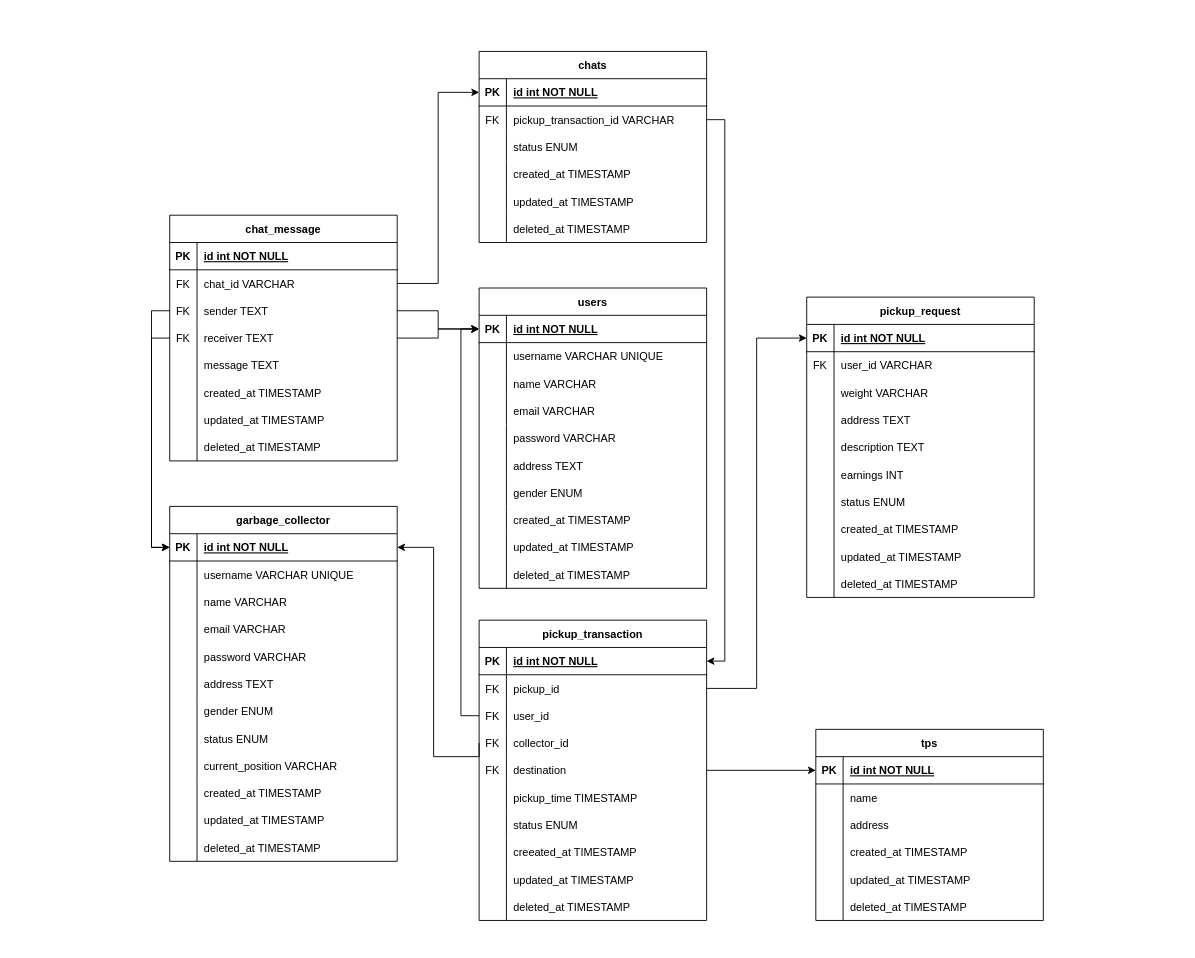
Before: Rubbuddy.drawio in kzquandary/rub-buddy, a draw.io diagram. Source tidied: cells renumbered, new cells numbered last; positions are measured from the earlier drawing's top-left corner, leaving out a move shared by most shapes. Both pictures are drawn from the tidied source at 91%, with x=0, y=0 at pixel (169, 51).
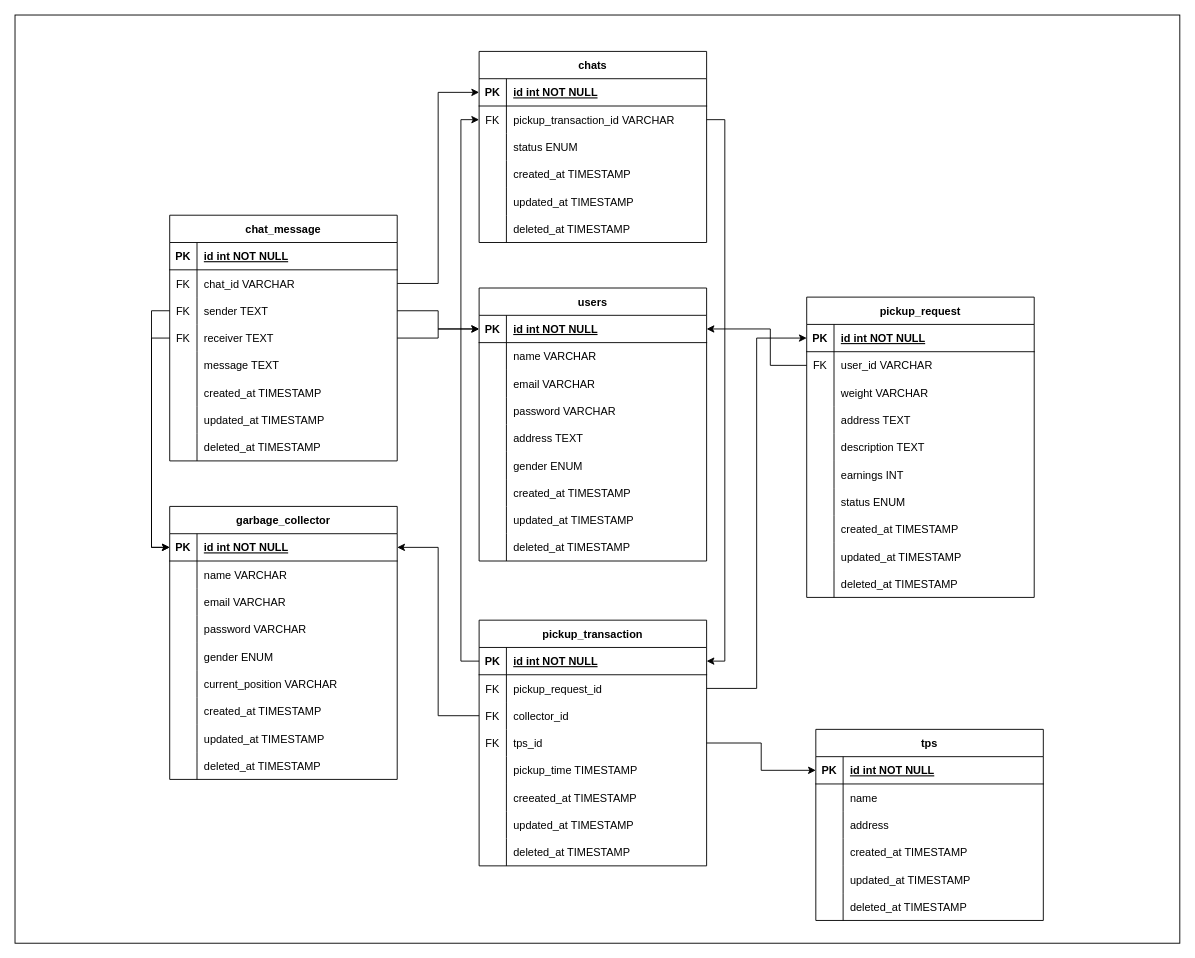
The same diagram, later.

Commit message (it also covers changes not shown here):
hotfix erd

Unchanged cells that the change refers to:
```xml
<mxCell id="3" style="shape=partialRectangle;fillColor=none;points=[[0,0.5],[1,0.5]];portConstraint=eastwest;top=0;left=0;right=0;bottom=1;" parent="2" vertex="1">
  <mxGeometry y="30" width="250" height="30" as="geometry" />
</mxCell>
<mxCell id="25" style="shape=partialRectangle;fillColor=none;points=[[0,0.5],[1,0.5]];portConstraint=eastwest;top=0;left=0;right=0;bottom=0;" parent="21" vertex="1">
  <mxGeometry y="60" width="250" height="30" as="geometry" />
</mxCell>
<mxCell id="53" style="shape=partialRectangle;fillColor=none;points=[[0,0.5],[1,0.5]];portConstraint=eastwest;top=0;left=0;right=0;bottom=1;" parent="52" vertex="1">
  <mxGeometry y="30" width="250" height="30" as="geometry" />
</mxCell>
<mxCell id="56" style="shape=partialRectangle;fillColor=none;points=[[0,0.5],[1,0.5]];portConstraint=eastwest;top=0;left=0;right=0;bottom=0;" parent="52" vertex="1">
  <mxGeometry y="60" width="250" height="30" as="geometry" />
</mxCell>
<mxCell id="84" style="shape=partialRectangle;fillColor=none;points=[[0,0.5],[1,0.5]];portConstraint=eastwest;top=0;left=0;right=0;bottom=1;" parent="83" vertex="1">
  <mxGeometry y="30" width="250" height="30" as="geometry" />
</mxCell>
<mxCell id="121" style="shape=partialRectangle;fillColor=none;points=[[0,0.5],[1,0.5]];portConstraint=eastwest;top=0;left=0;right=0;bottom=1;" parent="120" vertex="1">
  <mxGeometry y="30" width="250" height="30" as="geometry" />
</mxCell>
<mxCell id="159" style="shape=partialRectangle;fillColor=none;points=[[0,0.5],[1,0.5]];portConstraint=eastwest;top=0;left=0;right=0;bottom=0;" parent="155" vertex="1">
  <mxGeometry y="60" width="250" height="30" as="geometry" />
</mxCell>
```

The edit, as a diff of the source:
```diff
@@
+    <mxCell id="205" style="rounded=0;whiteSpace=wrap;html=1;" parent="1" vertex="1">
+      <mxGeometry x="-170" y="-40" width="1280" height="1020" as="geometry" />
+    </mxCell>
@@
     <mxCell id="52" value="pickup_transaction" style="shape=table;startSize=30;childLayout=tableLayout;rowLines=0;fontStyle=1;align=center;" parent="1" vertex="1">
-      <mxGeometry x="340" y="625" width="250" height="330" as="geometry" />
+      <mxGeometry x="340" y="625" width="250" height="270" as="geometry" />
     </mxCell>
@@
-    <mxCell id="58" value="pickup_id" style="shape=partialRectangle;overflow=hidden;fillColor=none;top=0;left=0;bottom=0;right=0;align=left;spacingLeft=6;" parent="56" vertex="1">
+    <mxCell id="58" value="pickup_request_id" style="shape=partialRectangle;overflow=hidden;fillColor=none;top=0;left=0;bottom=0;right=0;align=left;spacingLeft=6;" parent="56" vertex="1">
       <mxGeometry x="30" width="220" height="30" as="geometry" />
     </mxCell>
-    <mxCell id="59" style="shape=partialRectangle;fillColor=none;points=[[0,0.5],[1,0.5]];portConstraint=eastwest;top=0;left=0;right=0;bottom=0;" parent="52" vertex="1">
-      <mxGeometry y="90" width="250" height="30" as="geometry" />
-    </mxCell>
-    <mxCell id="60" value="FK" style="shape=partialRectangle;overflow=hidden;fillColor=none;top=0;left=0;bottom=0;right=0;" parent="59" vertex="1">
-      <mxGeometry width="30" height="30" as="geometry" />
-    </mxCell>
-    <mxCell id="61" value="user_id" style="shape=partialRectangle;overflow=hidden;fillColor=none;top=0;left=0;bottom=0;right=0;align=left;spacingLeft=6;" parent="59" vertex="1">
-      <mxGeometry x="30" width="220" height="30" as="geometry" />
-    </mxCell>
     <mxCell id="62" style="shape=partialRectangle;fillColor=none;points=[[0,0.5],[1,0.5]];portConstraint=eastwest;top=0;left=0;right=0;bottom=0;" parent="52" vertex="1">
-      <mxGeometry y="120" width="250" height="30" as="geometry" />
+      <mxGeometry y="90" width="250" height="30" as="geometry" />
     </mxCell>
@@
     <mxCell id="65" style="shape=partialRectangle;fillColor=none;points=[[0,0.5],[1,0.5]];portConstraint=eastwest;top=0;left=0;right=0;bottom=0;" parent="52" vertex="1">
-      <mxGeometry y="150" width="250" height="30" as="geometry" />
+      <mxGeometry y="120" width="250" height="30" as="geometry" />
     </mxCell>
@@
-    <mxCell id="67" value="destination" style="shape=partialRectangle;overflow=hidden;fillColor=none;top=0;left=0;bottom=0;right=0;align=left;spacingLeft=6;" parent="65" vertex="1">
+    <mxCell id="67" value="tps_id" style="shape=partialRectangle;overflow=hidden;fillColor=none;top=0;left=0;bottom=0;right=0;align=left;spacingLeft=6;" parent="65" vertex="1">
       <mxGeometry x="30" width="220" height="30" as="geometry" />
     </mxCell>
     <mxCell id="68" style="shape=partialRectangle;fillColor=none;top=0;left=0;right=0;bottom=0;" parent="52" vertex="1">
-      <mxGeometry y="180" width="250" height="30" as="geometry" />
+      <mxGeometry y="150" width="250" height="30" as="geometry" />
     </mxCell>
@@
-    <mxCell id="71" style="shape=partialRectangle;fillColor=none;top=0;left=0;right=0;bottom=0;" parent="52" vertex="1">
-      <mxGeometry y="210" width="250" height="30" as="geometry" />
-    </mxCell>
-    <mxCell id="72" style="shape=partialRectangle;overflow=hidden;fillColor=none;top=0;left=0;bottom=0;right=0;" parent="71" vertex="1">
-      <mxGeometry width="30" height="30" as="geometry" />
-    </mxCell>
-    <mxCell id="73" value="status ENUM" style="shape=partialRectangle;overflow=hidden;fillColor=none;top=0;left=0;bottom=0;right=0;align=left;spacingLeft=6;" parent="71" vertex="1">
-      <mxGeometry x="30" width="220" height="30" as="geometry" />
-    </mxCell>
     <mxCell id="74" style="shape=partialRectangle;fillColor=none;top=0;left=0;right=0;bottom=0;" parent="52" vertex="1">
-      <mxGeometry y="240" width="250" height="30" as="geometry" />
+      <mxGeometry y="180" width="250" height="30" as="geometry" />
     </mxCell>
@@
     <mxCell id="77" style="shape=partialRectangle;fillColor=none;top=0;left=0;right=0;bottom=0;" parent="52" vertex="1">
-      <mxGeometry y="270" width="250" height="30" as="geometry" />
+      <mxGeometry y="210" width="250" height="30" as="geometry" />
     </mxCell>
@@
     <mxCell id="80" style="shape=partialRectangle;fillColor=none;top=0;left=0;right=0;bottom=0;" parent="52" vertex="1">
-      <mxGeometry y="300" width="250" height="30" as="geometry" />
+      <mxGeometry y="240" width="250" height="30" as="geometry" />
     </mxCell>
@@
     <mxCell id="83" value="garbage_collector" style="shape=table;startSize=30;childLayout=tableLayout;rowLines=0;fontStyle=1;align=center;" parent="1" vertex="1">
-      <mxGeometry y="500" width="250" height="390" as="geometry" />
+      <mxGeometry y="500" width="250" height="300" as="geometry" />
     </mxCell>
@@
-    <mxCell id="87" style="shape=partialRectangle;fillColor=none;top=0;left=0;right=0;bottom=0;" parent="83" vertex="1">
-      <mxGeometry y="60" width="250" height="30" as="geometry" />
-    </mxCell>
-    <mxCell id="88" style="shape=partialRectangle;overflow=hidden;fillColor=none;top=0;left=0;bottom=0;right=0;" parent="87" vertex="1">
-      <mxGeometry width="30" height="30" as="geometry" />
-    </mxCell>
-    <mxCell id="89" value="username VARCHAR UNIQUE" style="shape=partialRectangle;overflow=hidden;fillColor=none;top=0;left=0;bottom=0;right=0;align=left;spacingLeft=6;" parent="87" vertex="1">
-      <mxGeometry x="30" width="220" height="30" as="geometry" />
-    </mxCell>
     <mxCell id="90" style="shape=partialRectangle;fillColor=none;top=0;left=0;right=0;bottom=0;" parent="83" vertex="1">
-      <mxGeometry y="90" width="250" height="30" as="geometry" />
+      <mxGeometry y="60" width="250" height="30" as="geometry" />
     </mxCell>
@@
     <mxCell id="93" style="shape=partialRectangle;fillColor=none;top=0;left=0;right=0;bottom=0;" parent="83" vertex="1">
-      <mxGeometry y="120" width="250" height="30" as="geometry" />
+      <mxGeometry y="90" width="250" height="30" as="geometry" />
     </mxCell>
@@
     <mxCell id="96" style="shape=partialRectangle;fillColor=none;top=0;left=0;right=0;bottom=0;" parent="83" vertex="1">
-      <mxGeometry y="150" width="250" height="30" as="geometry" />
+      <mxGeometry y="120" width="250" height="30" as="geometry" />
     </mxCell>
@@
-    <mxCell id="99" style="shape=partialRectangle;fillColor=none;top=0;left=0;right=0;bottom=0;" parent="83" vertex="1">
-      <mxGeometry y="180" width="250" height="30" as="geometry" />
-    </mxCell>
-    <mxCell id="100" style="shape=partialRectangle;overflow=hidden;fillColor=none;top=0;left=0;bottom=0;right=0;" parent="99" vertex="1">
-      <mxGeometry width="30" height="30" as="geometry" />
-    </mxCell>
-    <mxCell id="101" value="address TEXT" style="shape=partialRectangle;overflow=hidden;fillColor=none;top=0;left=0;bottom=0;right=0;align=left;spacingLeft=6;" parent="99" vertex="1">
-      <mxGeometry x="30" width="220" height="30" as="geometry" />
-    </mxCell>
     <mxCell id="102" style="shape=partialRectangle;fillColor=none;top=0;left=0;right=0;bottom=0;" parent="83" vertex="1">
-      <mxGeometry y="210" width="250" height="30" as="geometry" />
+      <mxGeometry y="150" width="250" height="30" as="geometry" />
     </mxCell>
@@
-    <mxCell id="105" style="shape=partialRectangle;fillColor=none;top=0;left=0;right=0;bottom=0;" parent="83" vertex="1">
-      <mxGeometry y="240" width="250" height="30" as="geometry" />
-    </mxCell>
-    <mxCell id="106" style="shape=partialRectangle;overflow=hidden;fillColor=none;top=0;left=0;bottom=0;right=0;" parent="105" vertex="1">
-      <mxGeometry width="30" height="30" as="geometry" />
-    </mxCell>
-    <mxCell id="107" value="status ENUM" style="shape=partialRectangle;overflow=hidden;fillColor=none;top=0;left=0;bottom=0;right=0;align=left;spacingLeft=6;" parent="105" vertex="1">
-      <mxGeometry x="30" width="220" height="30" as="geometry" />
-    </mxCell>
     <mxCell id="108" style="shape=partialRectangle;fillColor=none;top=0;left=0;right=0;bottom=0;" parent="83" vertex="1">
-      <mxGeometry y="270" width="250" height="30" as="geometry" />
+      <mxGeometry y="180" width="250" height="30" as="geometry" />
     </mxCell>
@@
     <mxCell id="111" style="shape=partialRectangle;fillColor=none;top=0;left=0;right=0;bottom=0;" parent="83" vertex="1">
-      <mxGeometry y="300" width="250" height="30" as="geometry" />
+      <mxGeometry y="210" width="250" height="30" as="geometry" />
     </mxCell>
@@
     <mxCell id="114" style="shape=partialRectangle;fillColor=none;top=0;left=0;right=0;bottom=0;" parent="83" vertex="1">
-      <mxGeometry y="330" width="250" height="30" as="geometry" />
+      <mxGeometry y="240" width="250" height="30" as="geometry" />
     </mxCell>
@@
     <mxCell id="117" style="shape=partialRectangle;fillColor=none;top=0;left=0;right=0;bottom=0;" parent="83" vertex="1">
-      <mxGeometry y="360" width="250" height="30" as="geometry" />
+      <mxGeometry y="270" width="250" height="30" as="geometry" />
     </mxCell>
@@
     <mxCell id="120" value="users" style="shape=table;startSize=30;childLayout=tableLayout;rowLines=0;fontStyle=1;align=center;" parent="1" vertex="1">
-      <mxGeometry x="340" y="260" width="250" height="330" as="geometry" />
+      <mxGeometry x="340" y="260" width="250" height="300" as="geometry" />
     </mxCell>
@@
-    <mxCell id="124" style="shape=partialRectangle;fillColor=none;top=0;left=0;right=0;bottom=0;" parent="120" vertex="1">
-      <mxGeometry y="60" width="250" height="30" as="geometry" />
-    </mxCell>
-    <mxCell id="125" style="shape=partialRectangle;overflow=hidden;fillColor=none;top=0;left=0;bottom=0;right=0;" parent="124" vertex="1">
-      <mxGeometry width="30" height="30" as="geometry" />
-    </mxCell>
-    <mxCell id="126" value="username VARCHAR UNIQUE" style="shape=partialRectangle;overflow=hidden;fillColor=none;top=0;left=0;bottom=0;right=0;align=left;spacingLeft=6;" parent="124" vertex="1">
-      <mxGeometry x="30" width="220" height="30" as="geometry" />
-    </mxCell>
     <mxCell id="127" style="shape=partialRectangle;fillColor=none;top=0;left=0;right=0;bottom=0;" parent="120" vertex="1">
-      <mxGeometry y="90" width="250" height="30" as="geometry" />
+      <mxGeometry y="60" width="250" height="30" as="geometry" />
     </mxCell>
@@
     <mxCell id="130" style="shape=partialRectangle;fillColor=none;top=0;left=0;right=0;bottom=0;" parent="120" vertex="1">
-      <mxGeometry y="120" width="250" height="30" as="geometry" />
+      <mxGeometry y="90" width="250" height="30" as="geometry" />
     </mxCell>
@@
     <mxCell id="133" style="shape=partialRectangle;fillColor=none;top=0;left=0;right=0;bottom=0;" parent="120" vertex="1">
-      <mxGeometry y="150" width="250" height="30" as="geometry" />
+      <mxGeometry y="120" width="250" height="30" as="geometry" />
     </mxCell>
@@
     <mxCell id="136" style="shape=partialRectangle;fillColor=none;top=0;left=0;right=0;bottom=0;" parent="120" vertex="1">
-      <mxGeometry y="180" width="250" height="30" as="geometry" />
+      <mxGeometry y="150" width="250" height="30" as="geometry" />
     </mxCell>
@@
     <mxCell id="139" style="shape=partialRectangle;fillColor=none;top=0;left=0;right=0;bottom=0;" parent="120" vertex="1">
-      <mxGeometry y="210" width="250" height="30" as="geometry" />
+      <mxGeometry y="180" width="250" height="30" as="geometry" />
     </mxCell>
@@
     <mxCell id="142" style="shape=partialRectangle;fillColor=none;top=0;left=0;right=0;bottom=0;" parent="120" vertex="1">
-      <mxGeometry y="240" width="250" height="30" as="geometry" />
+      <mxGeometry y="210" width="250" height="30" as="geometry" />
     </mxCell>
@@
     <mxCell id="145" style="shape=partialRectangle;fillColor=none;top=0;left=0;right=0;bottom=0;" parent="120" vertex="1">
-      <mxGeometry y="270" width="250" height="30" as="geometry" />
+      <mxGeometry y="240" width="250" height="30" as="geometry" />
     </mxCell>
@@
     <mxCell id="148" style="shape=partialRectangle;fillColor=none;top=0;left=0;right=0;bottom=0;" parent="120" vertex="1">
-      <mxGeometry y="300" width="250" height="30" as="geometry" />
+      <mxGeometry y="270" width="250" height="30" as="geometry" />
     </mxCell>
@@
-    <mxCell id="151" style="rounded=0;jettySize=auto;html=1;exitX=1;exitY=0.5;exitDx=0;exitDy=0;" parent="1" edge="1" source="65" target="3">
+    <mxCell id="151" style="rounded=0;jettySize=auto;html=1;exitX=1;exitY=0.5;exitDx=0;exitDy=0;edgeStyle=orthogonalEdgeStyle;" parent="1" edge="1" source="65" target="3">
       <mxGeometry relative="1" as="geometry" />
     </mxCell>
-    <mxCell id="152" style="edgeStyle=orthogonalEdgeStyle;rounded=0;jettySize=auto;html=1;exitX=0;exitY=0.5;exitDx=0;exitDy=0;entryX=1;entryY=0.5;entryDx=0;entryDy=0;" parent="1" edge="1" source="62" target="84">
-      <mxGeometry relative="1" as="geometry">
-        <Array as="points">
-          <mxPoint x="290" y="775" />
-          <mxPoint x="290" y="545" />
-        </Array>
-      </mxGeometry>
-    </mxCell>
@@
-    <mxCell id="154" style="edgeStyle=orthogonalEdgeStyle;rounded=0;jettySize=auto;html=1;exitX=0;exitY=0.5;exitDx=0;exitDy=0;entryX=0;entryY=0.5;entryDx=0;entryDy=0;" parent="1" edge="1" source="59" target="121">
-      <mxGeometry relative="1" as="geometry" />
-    </mxCell>
@@
+    <mxCell id="206" style="edgeStyle=orthogonalEdgeStyle;rounded=0;jettySize=auto;html=1;exitX=0;exitY=0.5;exitDx=0;exitDy=0;entryX=1;entryY=0.5;entryDx=0;entryDy=0;" parent="1" edge="1" source="25" target="121">
+      <mxGeometry relative="1" as="geometry">
+        <Array as="points">
+          <mxPoint x="660" y="345" />
+          <mxPoint x="660" y="305" />
+        </Array>
+      </mxGeometry>
+    </mxCell>
+    <mxCell id="152" style="edgeStyle=orthogonalEdgeStyle;rounded=0;jettySize=auto;html=1;exitX=0;exitY=0.5;exitDx=0;exitDy=0;" parent="1" edge="1" source="62" target="84">
+      <mxGeometry relative="1" as="geometry" />
+    </mxCell>
+    <mxCell id="207" style="edgeStyle=orthogonalEdgeStyle;rounded=0;jettySize=auto;html=1;exitX=0;exitY=0.5;exitDx=0;exitDy=0;entryX=0;entryY=0.5;entryDx=0;entryDy=0;" parent="1" edge="1" source="53" target="159">
+      <mxGeometry relative="1" as="geometry" />
+    </mxCell>
```
